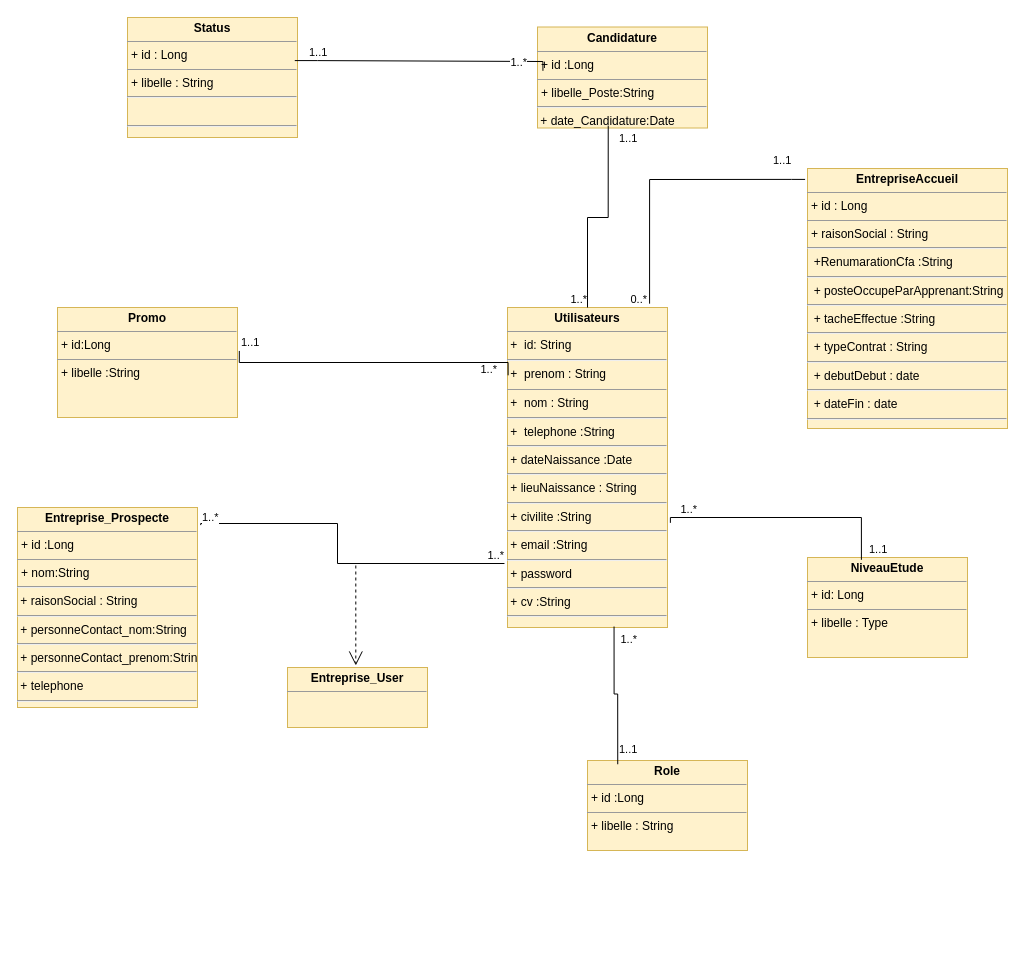
Above: page "Page-4" (4 of 4) of Untitled Diagram.drawio in EpsilonCoder/E-Suivi-diagramme (draw.io), before the change. Source tidied: cells renumbered, new cells numbered last; positions are measured from the earlier drawing's top-left corner, leaving out a move shared by most shapes. Both pictures are drawn from the tidied source at 100%, with x=0, y=0 at pixel (17, 17).
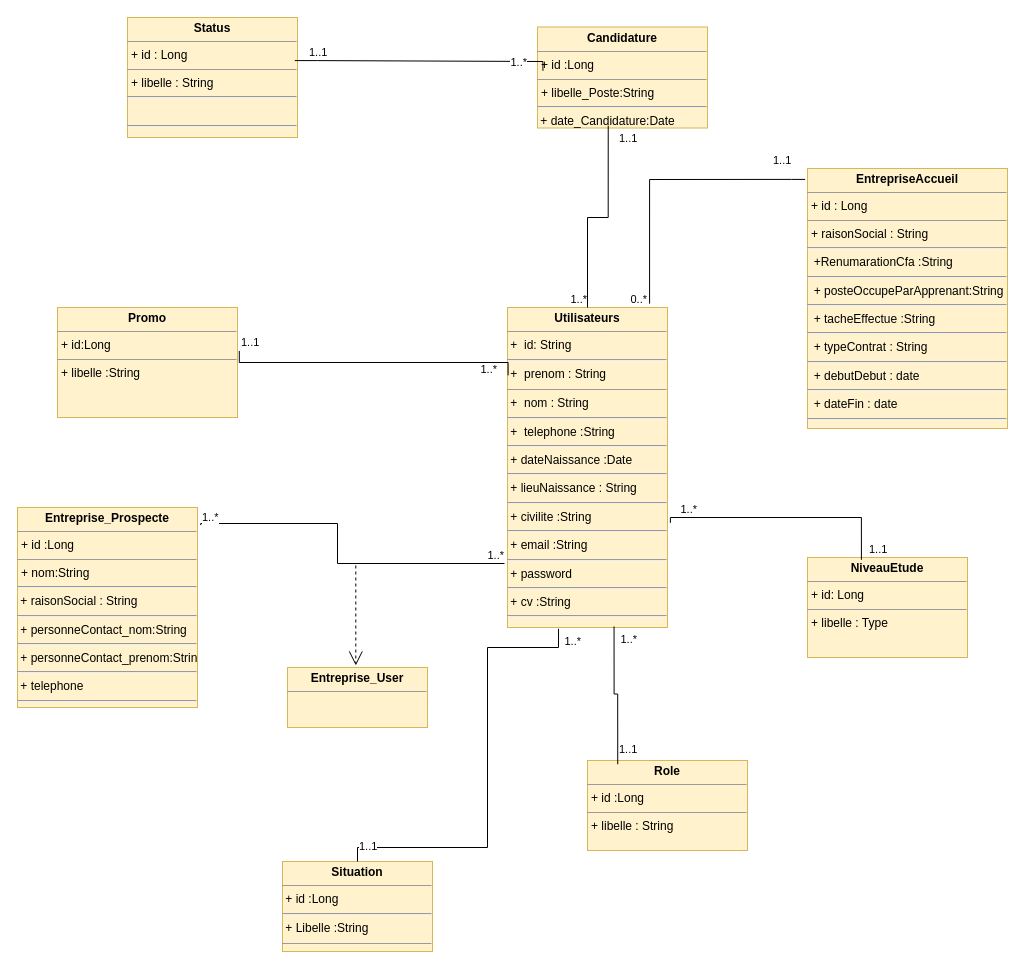
The same diagram, later.

Commit message:
Classe Diagramme

The change refers to these unchanged cells:
```xml
<mxCell id="2" value="&lt;p style=&quot;margin:0px;margin-top:4px;text-align:center;&quot;&gt;&lt;b&gt;Utilisateurs&lt;/b&gt;&lt;/p&gt;&lt;hr size=&quot;1&quot;&gt;&amp;nbsp;+&amp;nbsp; id: String&lt;hr&gt;&amp;nbsp;+&amp;nbsp; prenom : String&lt;br&gt;&lt;div style=&quot;height:2px;&quot;&gt;&lt;br&gt;&lt;br&gt;&lt;br&gt;&lt;/div&gt;&lt;hr size=&quot;1&quot;&gt;&amp;nbsp;+&amp;nbsp; nom : String&lt;hr&gt;&amp;nbsp;+&amp;nbsp; telephone :String&lt;br&gt;&lt;div style=&quot;height:2px;&quot;&gt;&lt;hr&gt;&amp;nbsp;+ dateNaissance :Date&lt;hr&gt;&amp;nbsp;+ lieuNaissance : String&lt;hr&gt;&amp;nbsp;+ civilite :String&amp;nbsp;&lt;br&gt;&lt;hr&gt;&amp;nbsp;+ email :String&lt;br&gt;&lt;hr&gt;&amp;nbsp;+ password&lt;br&gt;&lt;hr&gt;&amp;nbsp;+ cv :String&lt;br&gt;&lt;hr&gt;&lt;/div&gt;" style="verticalAlign=top;align=left;overflow=fill;fontSize=12;fontFamily=Helvetica;html=1;fillColor=#fff2cc;strokeColor=#d6b656;" parent="1" vertex="1">
  <mxGeometry x="490" y="290" width="160" height="320" as="geometry" />
</mxCell>
```

Diff of the diagram source:
```diff
@@
+    <mxCell id="34" value="&lt;p style=&quot;margin:0px;margin-top:4px;text-align:center;&quot;&gt;&lt;b&gt;Situation&lt;/b&gt;&lt;/p&gt;&lt;hr size=&quot;1&quot;&gt;&amp;nbsp;+ id :Long&amp;nbsp;&lt;hr&gt;&amp;nbsp;+ Libelle :String&lt;br&gt;&lt;div style=&quot;height:2px;&quot;&gt;&lt;br&gt;&lt;br&gt;&lt;/div&gt;&lt;hr size=&quot;1&quot;&gt;&lt;div style=&quot;height:2px;&quot;&gt;&lt;/div&gt;" style="verticalAlign=top;align=left;overflow=fill;fontSize=12;fontFamily=Helvetica;html=1;fillColor=#fff2cc;strokeColor=#d6b656;" parent="1" vertex="1">
+      <mxGeometry x="265" y="844" width="150" height="90" as="geometry" />
+    </mxCell>
+    <mxCell id="35" style="endArrow=none;html=1;edgeStyle=orthogonalEdgeStyle;rounded=0;entryX=0.319;entryY=1.004;entryDx=0;entryDy=0;entryPerimeter=0;" parent="1" edge="1" source="34" target="2">
+      <mxGeometry relative="1" as="geometry">
+        <Array as="points">
+          <mxPoint x="340" y="830" />
+          <mxPoint x="470" y="830" />
+          <mxPoint x="470" y="630" />
+          <mxPoint x="541" y="630" />
+        </Array>
+      </mxGeometry>
+    </mxCell>
+    <mxCell id="36" value="1..1" style="edgeLabel;html=1;align=left;verticalAlign=bottom;" parent="35" vertex="1">
+      <mxGeometry x="-1" relative="1" as="geometry">
+        <mxPoint y="-7" as="offset" />
+      </mxGeometry>
+    </mxCell>
+    <mxCell id="37" value="1..*" style="edgeLabel;html=1;align=right;verticalAlign=bottom;" parent="35" vertex="1">
+      <mxGeometry x="1" relative="1" as="geometry">
+        <mxPoint x="23" y="21" as="offset" />
+      </mxGeometry>
+    </mxCell>
```
